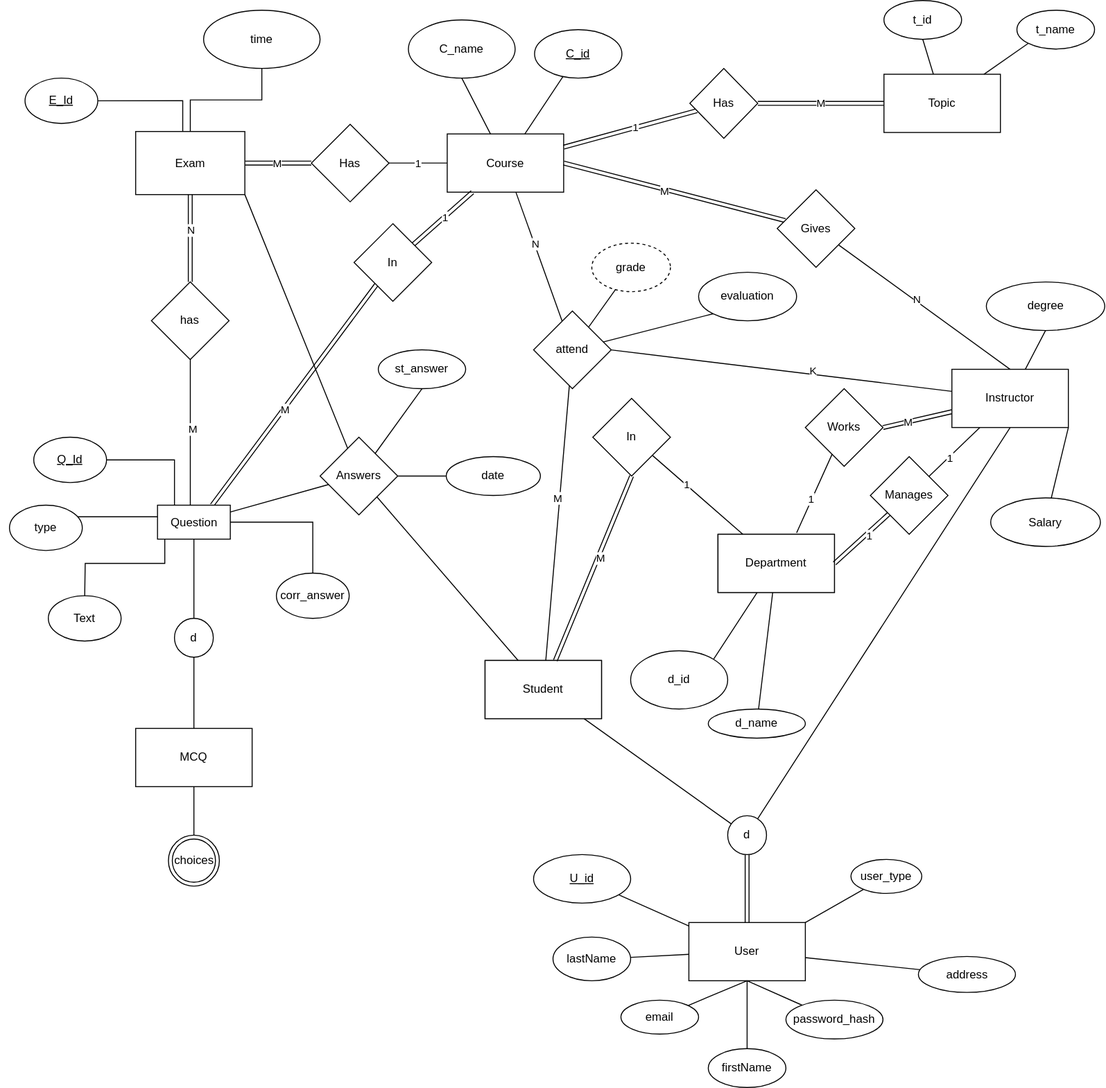
Above: ERD.drawio.svg in abdo1819/Examination-system (draw.io), before the change. Source tidied: cells renumbered, new cells last; positions are measured from the earlier drawing's top-left corner, leaving out a move shared by most shapes.
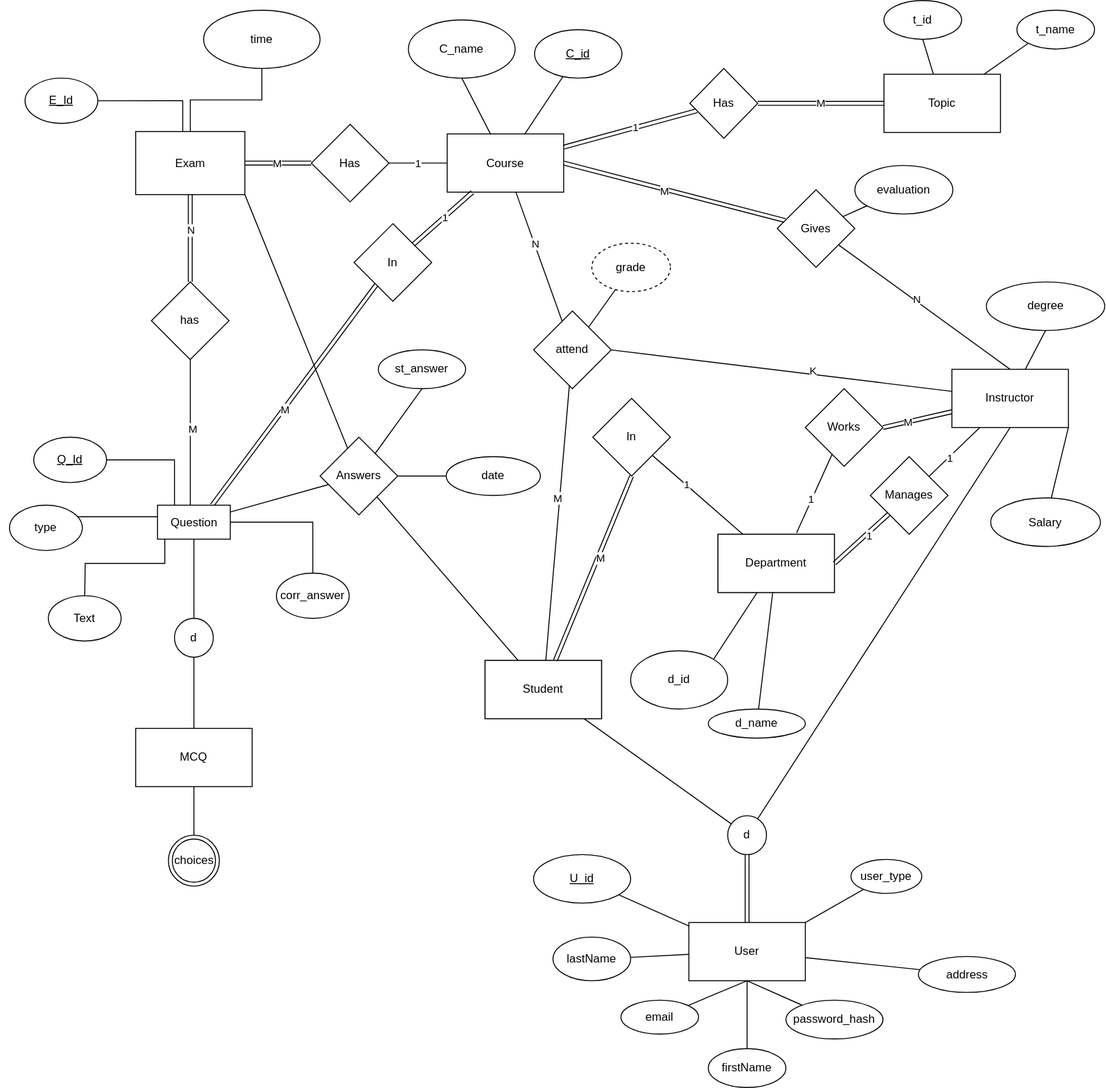
After the commit.

Change to the diagram source:
```diff
@@ -79,9 +79,6 @@
     <mxCell id="24" value="grade" style="ellipse;whiteSpace=wrap;html=1;dashed=1;" parent="2" vertex="1">
       <mxGeometry x="609" y="190" width="81" height="50" as="geometry" />
     </mxCell>
-    <mxCell id="25" value="evaluation" style="ellipse;whiteSpace=wrap;html=1;" parent="2" vertex="1">
-      <mxGeometry x="719" y="220" width="101" height="50" as="geometry" />
-    </mxCell>
     <mxCell id="26" style="edgeStyle=orthogonalEdgeStyle;rounded=0;jettySize=auto;html=1;endArrow=none;endFill=0;" parent="1" edge="1" source="21" target="109">
       <mxGeometry relative="1" as="geometry">
         <Array as="points">
@@ -176,9 +173,6 @@
     <mxCell id="54" value="M" style="edgeLabel;html=1;align=center;verticalAlign=middle;" parent="53" vertex="1">
       <mxGeometry x="-0.18" y="-2" relative="1" as="geometry" />
     </mxCell>
-    <mxCell id="55" style="rounded=0;jettySize=auto;html=1;entryX=0;entryY=1;entryDx=0;entryDy=0;endArrow=none;endFill=0;" parent="1" edge="1" source="56" target="25">
-      <mxGeometry relative="1" as="geometry" />
-    </mxCell>
     <mxCell id="56" value="attend" style="rhombus;whiteSpace=wrap;html=1;" parent="1" vertex="1">
       <mxGeometry x="549" y="320" width="80" height="80" as="geometry" />
     </mxCell>
@@ -419,5 +413,11 @@
     <mxCell id="128" value="degree" style="ellipse;whiteSpace=wrap;html=1;" parent="1" vertex="1">
       <mxGeometry x="1015.5" y="290" width="122" height="50" as="geometry" />
     </mxCell>
+    <mxCell id="129" style="edgeStyle=none;rounded=0;jettySize=auto;html=1;endArrow=none;endFill=0;" parent="1" edge="1" source="25" target="92">
+      <mxGeometry relative="1" as="geometry" />
+    </mxCell>
+    <mxCell id="25" value="evaluation" style="ellipse;whiteSpace=wrap;html=1;" parent="1" vertex="1">
+      <mxGeometry x="880" y="170" width="101" height="50" as="geometry" />
+    </mxCell>
   </root>
 </mxGraphModel>
```
